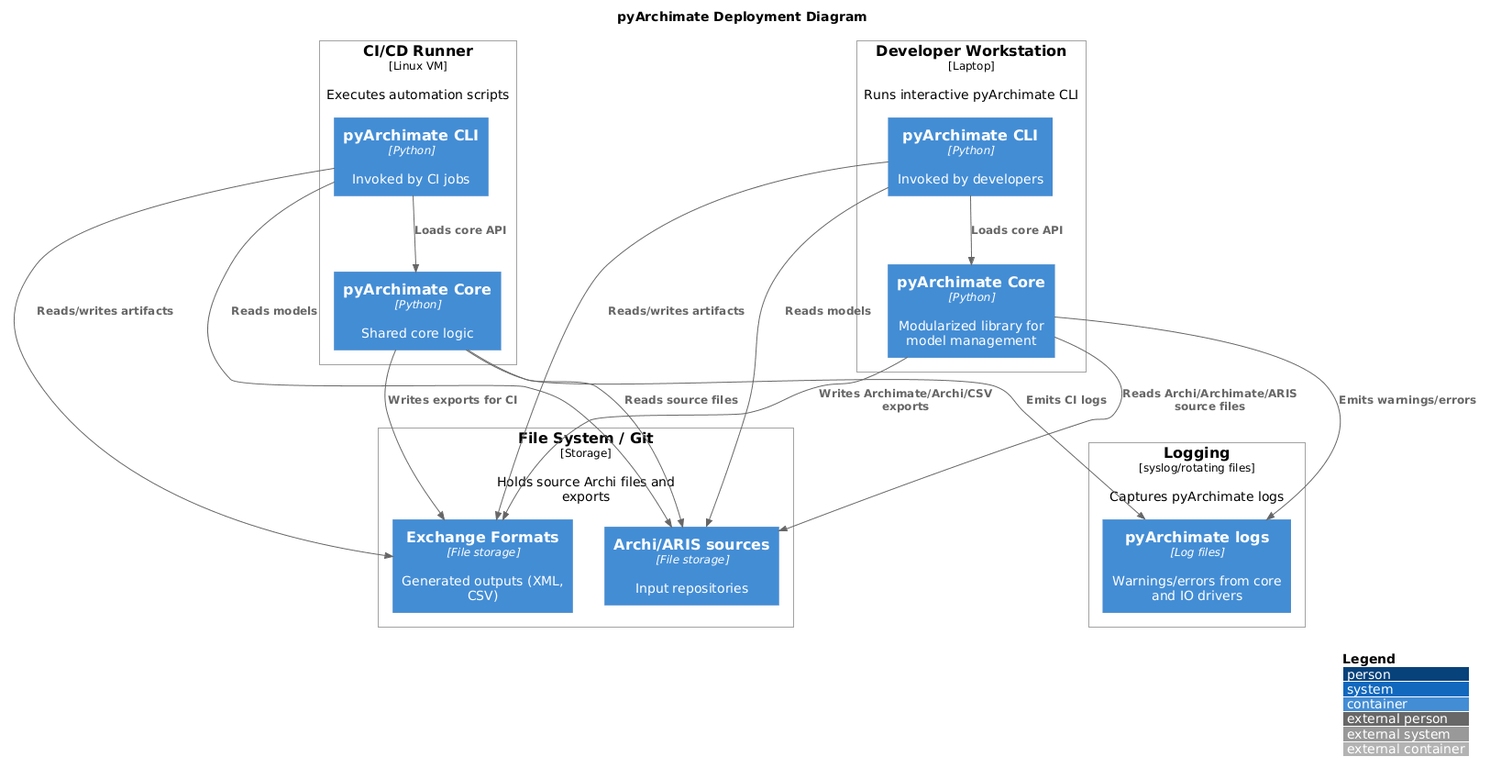
Earlier version of the PlantUML export docs/diagrams/c4_deployment.png (pyArchimate/pyArchimate). Source of this version:
```plantuml
@startuml
!includeurl <C4/C4_Deployment>
title pyArchimate Deployment Diagram
LAYOUT_WITH_LEGEND()

Deployment_Node(workstation, "Developer Workstation", "Laptop", "Runs interactive pyArchimate CLI") {
  Container(pyArchimateCLI, "pyArchimate CLI", "Python", "Invoked by developers")
  Container(pyArchimateLib, "pyArchimate Core", "Python", "Modularized library for model management")
}

Deployment_Node(ciRunner, "CI/CD Runner", "Linux VM", "Executes automation scripts") {
  Container(pyArchimateCLI_ci, "pyArchimate CLI", "Python", "Invoked by CI jobs")
  Container(pyArchimateLib_ci, "pyArchimate Core", "Python", "Shared core logic")
}

Deployment_Node(filesystem, "File System / Git", "Storage", "Holds source Archi files and exports") {
  Container(archiRepo, "Archi/ARIS sources", "File storage", "Input repositories")
  Container(exportHub, "Exchange Formats", "File storage", "Generated outputs (XML, CSV)")
}

Deployment_Node(logging, "Logging", "syslog/rotating files", "Captures pyArchimate logs") {
  Container(logStore, "pyArchimate logs", "Log files", "Warnings/errors from core and IO drivers")
}

Rel(pyArchimateCLI, pyArchimateLib, "Loads core API")
Rel(pyArchimateCLI_ci, pyArchimateLib_ci, "Loads core API")
Rel(pyArchimateLib, archiRepo, "Reads Archi/Archimate/ARIS source files")
Rel(pyArchimateLib_ci, archiRepo, "Reads source files")
Rel(pyArchimateLib, exportHub, "Writes Archimate/Archi/CSV exports")
Rel(pyArchimateLib_ci, exportHub, "Writes exports for CI")
Rel(pyArchimateLib, logStore, "Emits warnings/errors")
Rel(pyArchimateLib_ci, logStore, "Emits CI logs")
Rel(pyArchimateCLI, exportHub, "Reads/writes artifacts")
Rel(pyArchimateCLI_ci, exportHub, "Reads/writes artifacts")
Rel(pyArchimateCLI, archiRepo, "Reads models")
Rel(pyArchimateCLI_ci, archiRepo, "Reads models")

@enduml
```
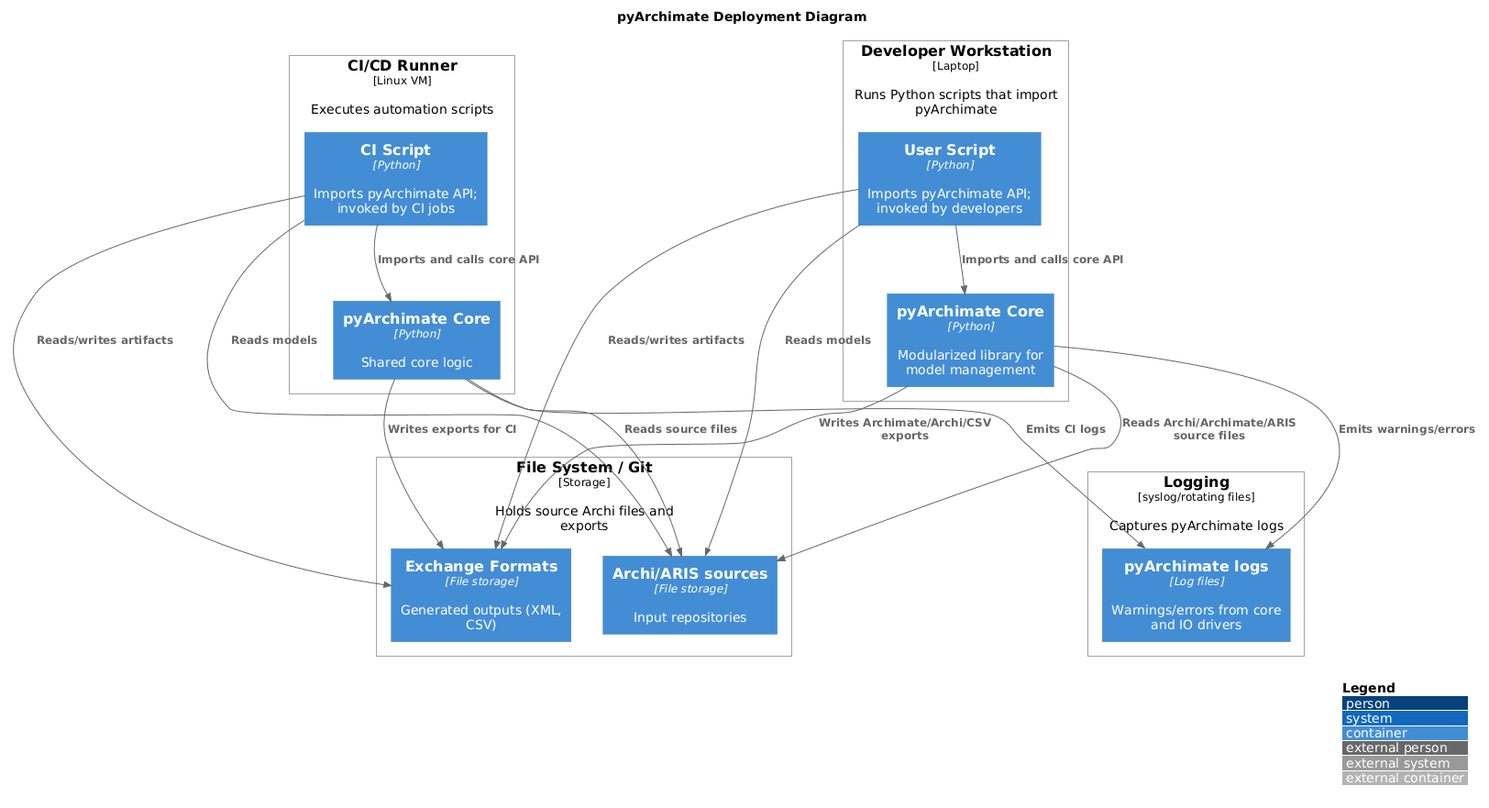
After the commit.

Change to the diagram source:
```diff
@@ -3,13 +3,13 @@
 title pyArchimate Deployment Diagram
 LAYOUT_WITH_LEGEND()
 
-Deployment_Node(workstation, "Developer Workstation", "Laptop", "Runs interactive pyArchimate CLI") {
-  Container(pyArchimateCLI, "pyArchimate CLI", "Python", "Invoked by developers")
+Deployment_Node(workstation, "Developer Workstation", "Laptop", "Runs Python scripts that import pyArchimate") {
+  Container(userScript, "User Script", "Python", "Imports pyArchimate API; invoked by developers")
   Container(pyArchimateLib, "pyArchimate Core", "Python", "Modularized library for model management")
 }
 
 Deployment_Node(ciRunner, "CI/CD Runner", "Linux VM", "Executes automation scripts") {
-  Container(pyArchimateCLI_ci, "pyArchimate CLI", "Python", "Invoked by CI jobs")
+  Container(ciScript, "CI Script", "Python", "Imports pyArchimate API; invoked by CI jobs")
   Container(pyArchimateLib_ci, "pyArchimate Core", "Python", "Shared core logic")
 }
 
@@ -22,17 +22,17 @@
   Container(logStore, "pyArchimate logs", "Log files", "Warnings/errors from core and IO drivers")
 }
 
-Rel(pyArchimateCLI, pyArchimateLib, "Loads core API")
-Rel(pyArchimateCLI_ci, pyArchimateLib_ci, "Loads core API")
+Rel(userScript, pyArchimateLib, "Imports and calls core API")
+Rel(ciScript, pyArchimateLib_ci, "Imports and calls core API")
 Rel(pyArchimateLib, archiRepo, "Reads Archi/Archimate/ARIS source files")
 Rel(pyArchimateLib_ci, archiRepo, "Reads source files")
 Rel(pyArchimateLib, exportHub, "Writes Archimate/Archi/CSV exports")
 Rel(pyArchimateLib_ci, exportHub, "Writes exports for CI")
 Rel(pyArchimateLib, logStore, "Emits warnings/errors")
 Rel(pyArchimateLib_ci, logStore, "Emits CI logs")
-Rel(pyArchimateCLI, exportHub, "Reads/writes artifacts")
-Rel(pyArchimateCLI_ci, exportHub, "Reads/writes artifacts")
-Rel(pyArchimateCLI, archiRepo, "Reads models")
-Rel(pyArchimateCLI_ci, archiRepo, "Reads models")
+Rel(userScript, exportHub, "Reads/writes artifacts")
+Rel(ciScript, exportHub, "Reads/writes artifacts")
+Rel(userScript, archiRepo, "Reads models")
+Rel(ciScript, archiRepo, "Reads models")
 
 @enduml
```
